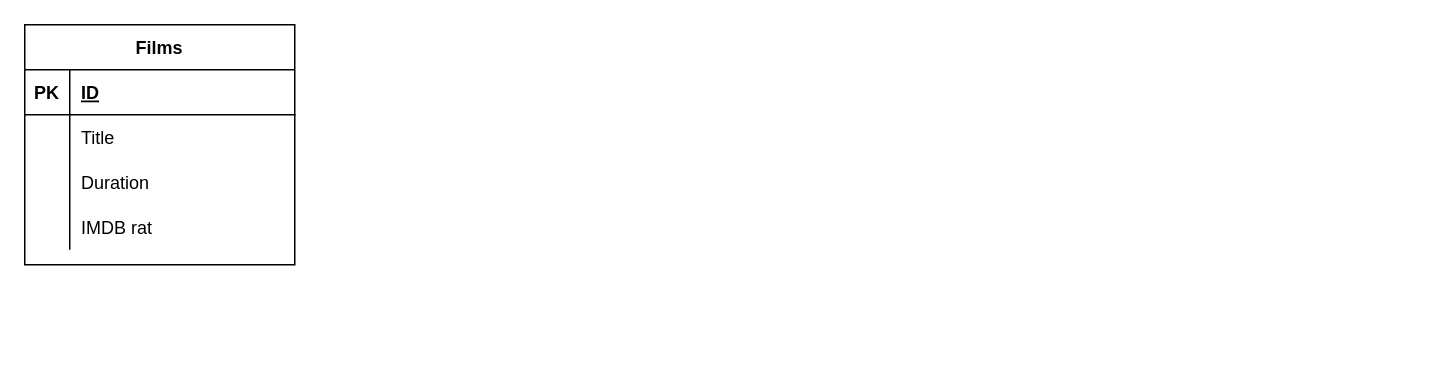
Earlier version of the draw.io diagram Database relational diagram.drawio (lincentpega/koda-modeling). Source tidied: cells renumbered, new cells numbered last; positions are measured from the earlier drawing's top-left corner, leaving out a move shared by most shapes. Both pictures are drawn from the tidied source at 150%, with x=0, y=0 at pixel (24, 24).
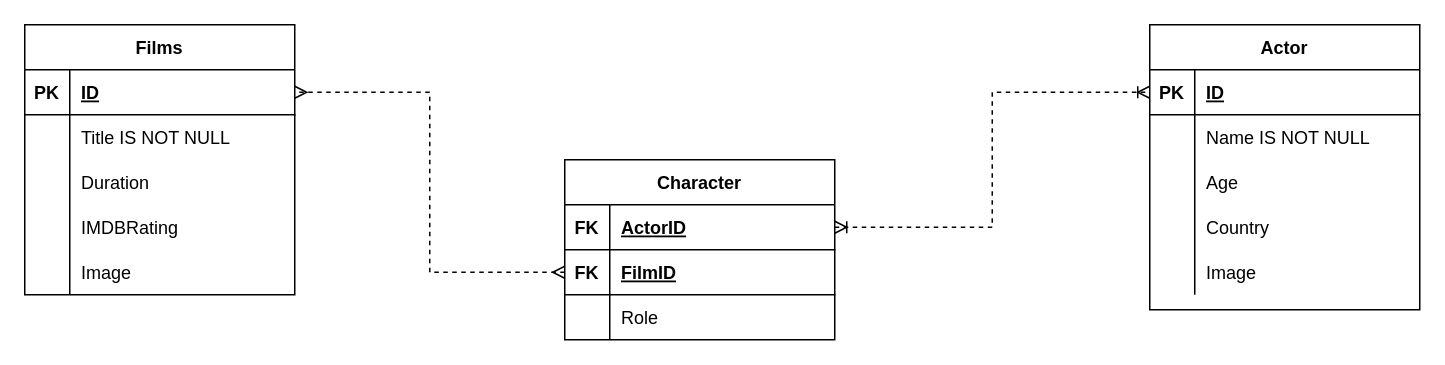
The same diagram, later.

Unchanged cells that the change refers to:
```xml
<mxCell id="3" style="shape=tableRow;horizontal=0;startSize=0;swimlaneHead=0;swimlaneBody=0;fillColor=none;points=[[0,0.5],[1,0.5]];portConstraint=eastwest;top=0;left=0;right=0;bottom=1;" parent="2" vertex="1">
  <mxGeometry y="30" width="180" height="30" as="geometry" />
</mxCell>
<mxCell id="6" style="shape=tableRow;horizontal=0;startSize=0;swimlaneHead=0;swimlaneBody=0;fillColor=none;top=0;left=0;right=0;bottom=0;" parent="2" vertex="1">
  <mxGeometry y="60" width="180" height="30" as="geometry" />
</mxCell>
<mxCell id="12" style="shape=tableRow;horizontal=0;startSize=0;swimlaneHead=0;swimlaneBody=0;fillColor=none;top=0;left=0;right=0;bottom=0;" parent="2" vertex="1">
  <mxGeometry y="120" width="180" height="30" as="geometry" />
</mxCell>
```

What changed in the source:
```diff
@@
     <mxCell id="2" value="Films" style="shape=table;startSize=30;childLayout=tableLayout;rowLines=0;fontStyle=1;align=center;" parent="1" vertex="1">
-      <mxGeometry width="180" height="160" as="geometry" />
+      <mxGeometry width="180" height="180" as="geometry" />
     </mxCell>
@@
-    <mxCell id="8" value="Title" style="shape=partialRectangle;fillColor=none;top=0;left=0;bottom=0;right=0;align=left;spacingLeft=6;overflow=hidden;" parent="6" vertex="1">
+    <mxCell id="8" value="Title IS NOT NULL" style="shape=partialRectangle;fillColor=none;top=0;left=0;bottom=0;right=0;align=left;spacingLeft=6;overflow=hidden;" parent="6" vertex="1">
       <mxGeometry x="30" width="150" height="30" as="geometry" />
     </mxCell>
@@
-    <mxCell id="14" value="IMDB rat" style="shape=partialRectangle;fillColor=none;top=0;left=0;bottom=0;right=0;align=left;spacingLeft=6;overflow=hidden;" parent="12" vertex="1">
+    <mxCell id="14" value="IMDBRating" style="shape=partialRectangle;fillColor=none;top=0;left=0;bottom=0;right=0;align=left;spacingLeft=6;overflow=hidden;" parent="12" vertex="1">
       <mxGeometry x="30" width="150" height="30" as="geometry" />
     </mxCell>
+    <mxCell id="15" style="shape=tableRow;horizontal=0;startSize=0;swimlaneHead=0;swimlaneBody=0;fillColor=none;top=0;left=0;right=0;bottom=0;" parent="2" vertex="1">
+      <mxGeometry y="150" width="180" height="30" as="geometry" />
+    </mxCell>
+    <mxCell id="16" style="shape=partialRectangle;fillColor=none;top=0;left=0;bottom=0;right=0;overflow=hidden;" parent="15" vertex="1">
+      <mxGeometry width="30" height="30" as="geometry" />
+    </mxCell>
+    <mxCell id="17" value="Image" style="shape=partialRectangle;fillColor=none;top=0;left=0;bottom=0;right=0;align=left;spacingLeft=6;overflow=hidden;" parent="15" vertex="1">
+      <mxGeometry x="30" width="150" height="30" as="geometry" />
+    </mxCell>
+    <mxCell id="18" value="Actor" style="shape=table;startSize=30;childLayout=tableLayout;rowLines=0;fontStyle=1;align=center;" parent="1" vertex="1">
+      <mxGeometry x="750" width="180" height="190" as="geometry" />
+    </mxCell>
+    <mxCell id="19" style="shape=tableRow;horizontal=0;startSize=0;swimlaneHead=0;swimlaneBody=0;fillColor=none;points=[[0,0.5],[1,0.5]];portConstraint=eastwest;top=0;left=0;right=0;bottom=1;" parent="18" vertex="1">
+      <mxGeometry y="30" width="180" height="30" as="geometry" />
+    </mxCell>
+    <mxCell id="20" value="PK" style="shape=partialRectangle;fillColor=none;top=0;left=0;bottom=0;right=0;fontStyle=1;overflow=hidden;" parent="19" vertex="1">
+      <mxGeometry width="30" height="30" as="geometry" />
+    </mxCell>
+    <mxCell id="21" value="ID" style="shape=partialRectangle;fillColor=none;top=0;left=0;bottom=0;right=0;align=left;spacingLeft=6;fontStyle=5;overflow=hidden;" parent="19" vertex="1">
+      <mxGeometry x="30" width="150" height="30" as="geometry" />
+    </mxCell>
+    <mxCell id="22" style="shape=tableRow;horizontal=0;startSize=0;swimlaneHead=0;swimlaneBody=0;fillColor=none;top=0;left=0;right=0;bottom=0;" parent="18" vertex="1">
+      <mxGeometry y="60" width="180" height="30" as="geometry" />
+    </mxCell>
+    <mxCell id="23" style="shape=partialRectangle;fillColor=none;top=0;left=0;bottom=0;right=0;overflow=hidden;" parent="22" vertex="1">
+      <mxGeometry width="30" height="30" as="geometry" />
+    </mxCell>
+    <mxCell id="24" value="Name IS NOT NULL" style="shape=partialRectangle;fillColor=none;top=0;left=0;bottom=0;right=0;align=left;spacingLeft=6;overflow=hidden;" parent="22" vertex="1">
+      <mxGeometry x="30" width="150" height="30" as="geometry" />
+    </mxCell>
+    <mxCell id="25" style="shape=tableRow;horizontal=0;startSize=0;swimlaneHead=0;swimlaneBody=0;fillColor=none;top=0;left=0;right=0;bottom=0;" parent="18" vertex="1">
+      <mxGeometry y="90" width="180" height="30" as="geometry" />
+    </mxCell>
+    <mxCell id="26" style="shape=partialRectangle;fillColor=none;top=0;left=0;bottom=0;right=0;overflow=hidden;" parent="25" vertex="1">
+      <mxGeometry width="30" height="30" as="geometry" />
+    </mxCell>
+    <mxCell id="27" value="Age" style="shape=partialRectangle;fillColor=none;top=0;left=0;bottom=0;right=0;align=left;spacingLeft=6;overflow=hidden;" parent="25" vertex="1">
+      <mxGeometry x="30" width="150" height="30" as="geometry" />
+    </mxCell>
+    <mxCell id="28" style="shape=tableRow;horizontal=0;startSize=0;swimlaneHead=0;swimlaneBody=0;fillColor=none;top=0;left=0;right=0;bottom=0;" parent="18" vertex="1">
+      <mxGeometry y="120" width="180" height="30" as="geometry" />
+    </mxCell>
+    <mxCell id="29" style="shape=partialRectangle;fillColor=none;top=0;left=0;bottom=0;right=0;overflow=hidden;" parent="28" vertex="1">
+      <mxGeometry width="30" height="30" as="geometry" />
+    </mxCell>
+    <mxCell id="30" value="Country" style="shape=partialRectangle;fillColor=none;top=0;left=0;bottom=0;right=0;align=left;spacingLeft=6;overflow=hidden;" parent="28" vertex="1">
+      <mxGeometry x="30" width="150" height="30" as="geometry" />
+    </mxCell>
+    <mxCell id="31" style="shape=tableRow;horizontal=0;startSize=0;swimlaneHead=0;swimlaneBody=0;fillColor=none;top=0;left=0;right=0;bottom=0;" parent="18" vertex="1">
+      <mxGeometry y="150" width="180" height="30" as="geometry" />
+    </mxCell>
+    <mxCell id="32" style="shape=partialRectangle;fillColor=none;top=0;left=0;bottom=0;right=0;overflow=hidden;" parent="31" vertex="1">
+      <mxGeometry width="30" height="30" as="geometry" />
+    </mxCell>
+    <mxCell id="33" value="Image" style="shape=partialRectangle;fillColor=none;top=0;left=0;bottom=0;right=0;align=left;spacingLeft=6;overflow=hidden;" parent="31" vertex="1">
+      <mxGeometry x="30" width="150" height="30" as="geometry" />
+    </mxCell>
+    <mxCell id="34" value="Character" style="shape=table;startSize=30;childLayout=tableLayout;rowLines=0;fontStyle=1;align=center;" parent="1" vertex="1">
+      <mxGeometry x="360" y="90" width="180" height="120" as="geometry" />
+    </mxCell>
+    <mxCell id="35" style="shape=tableRow;horizontal=0;startSize=0;swimlaneHead=0;swimlaneBody=0;fillColor=none;points=[[0,0.5],[1,0.5]];portConstraint=eastwest;top=0;left=0;right=0;bottom=1;" parent="34" vertex="1">
+      <mxGeometry y="30" width="180" height="30" as="geometry" />
+    </mxCell>
+    <mxCell id="36" value="FK" style="shape=partialRectangle;fillColor=none;top=0;left=0;bottom=0;right=0;fontStyle=1;overflow=hidden;" parent="35" vertex="1">
+      <mxGeometry width="30" height="30" as="geometry" />
+    </mxCell>
+    <mxCell id="37" value="ActorID" style="shape=partialRectangle;fillColor=none;top=0;left=0;bottom=0;right=0;align=left;spacingLeft=6;fontStyle=5;overflow=hidden;" parent="35" vertex="1">
+      <mxGeometry x="30" width="150" height="30" as="geometry" />
+    </mxCell>
+    <mxCell id="38" style="shape=tableRow;horizontal=0;startSize=0;swimlaneHead=0;swimlaneBody=0;fillColor=none;points=[[0,0.5],[1,0.5]];portConstraint=eastwest;top=0;left=0;right=0;bottom=1;" parent="34" vertex="1">
+      <mxGeometry y="60" width="180" height="30" as="geometry" />
+    </mxCell>
+    <mxCell id="39" value="FK" style="shape=partialRectangle;fillColor=none;top=0;left=0;bottom=0;right=0;fontStyle=1;overflow=hidden;" parent="38" vertex="1">
+      <mxGeometry width="30" height="30" as="geometry" />
+    </mxCell>
+    <mxCell id="40" value="FilmID" style="shape=partialRectangle;fillColor=none;top=0;left=0;bottom=0;right=0;align=left;spacingLeft=6;fontStyle=5;overflow=hidden;" parent="38" vertex="1">
+      <mxGeometry x="30" width="150" height="30" as="geometry" />
+    </mxCell>
+    <mxCell id="41" style="shape=tableRow;horizontal=0;startSize=0;swimlaneHead=0;swimlaneBody=0;fillColor=none;top=0;left=0;right=0;bottom=0;" parent="34" vertex="1">
+      <mxGeometry y="90" width="180" height="30" as="geometry" />
+    </mxCell>
+    <mxCell id="42" style="shape=partialRectangle;fillColor=none;top=0;left=0;bottom=0;right=0;overflow=hidden;" parent="41" vertex="1">
+      <mxGeometry width="30" height="30" as="geometry" />
+    </mxCell>
+    <mxCell id="43" value="Role" style="shape=partialRectangle;fillColor=none;top=0;left=0;bottom=0;right=0;align=left;spacingLeft=6;overflow=hidden;" parent="41" vertex="1">
+      <mxGeometry x="30" width="150" height="30" as="geometry" />
+    </mxCell>
+    <mxCell id="44" style="edgeStyle=orthogonalEdgeStyle;rounded=0;jettySize=auto;html=1;exitX=1;exitY=0.5;exitDx=0;exitDy=0;entryX=0;entryY=0.5;entryDx=0;entryDy=0;startArrow=ERoneToMany;startFill=0;endArrow=ERoneToMany;endFill=0;dashed=1;" parent="1" edge="1" source="35" target="19">
+      <mxGeometry relative="1" as="geometry" />
+    </mxCell>
+    <mxCell id="45" style="edgeStyle=orthogonalEdgeStyle;rounded=0;jettySize=auto;html=1;exitX=0;exitY=0.5;exitDx=0;exitDy=0;entryX=1;entryY=0.5;entryDx=0;entryDy=0;endArrow=ERmany;endFill=0;dashed=1;startArrow=ERmany;startFill=0;" parent="1" edge="1" source="38" target="3">
+      <mxGeometry relative="1" as="geometry" />
+    </mxCell>
```
